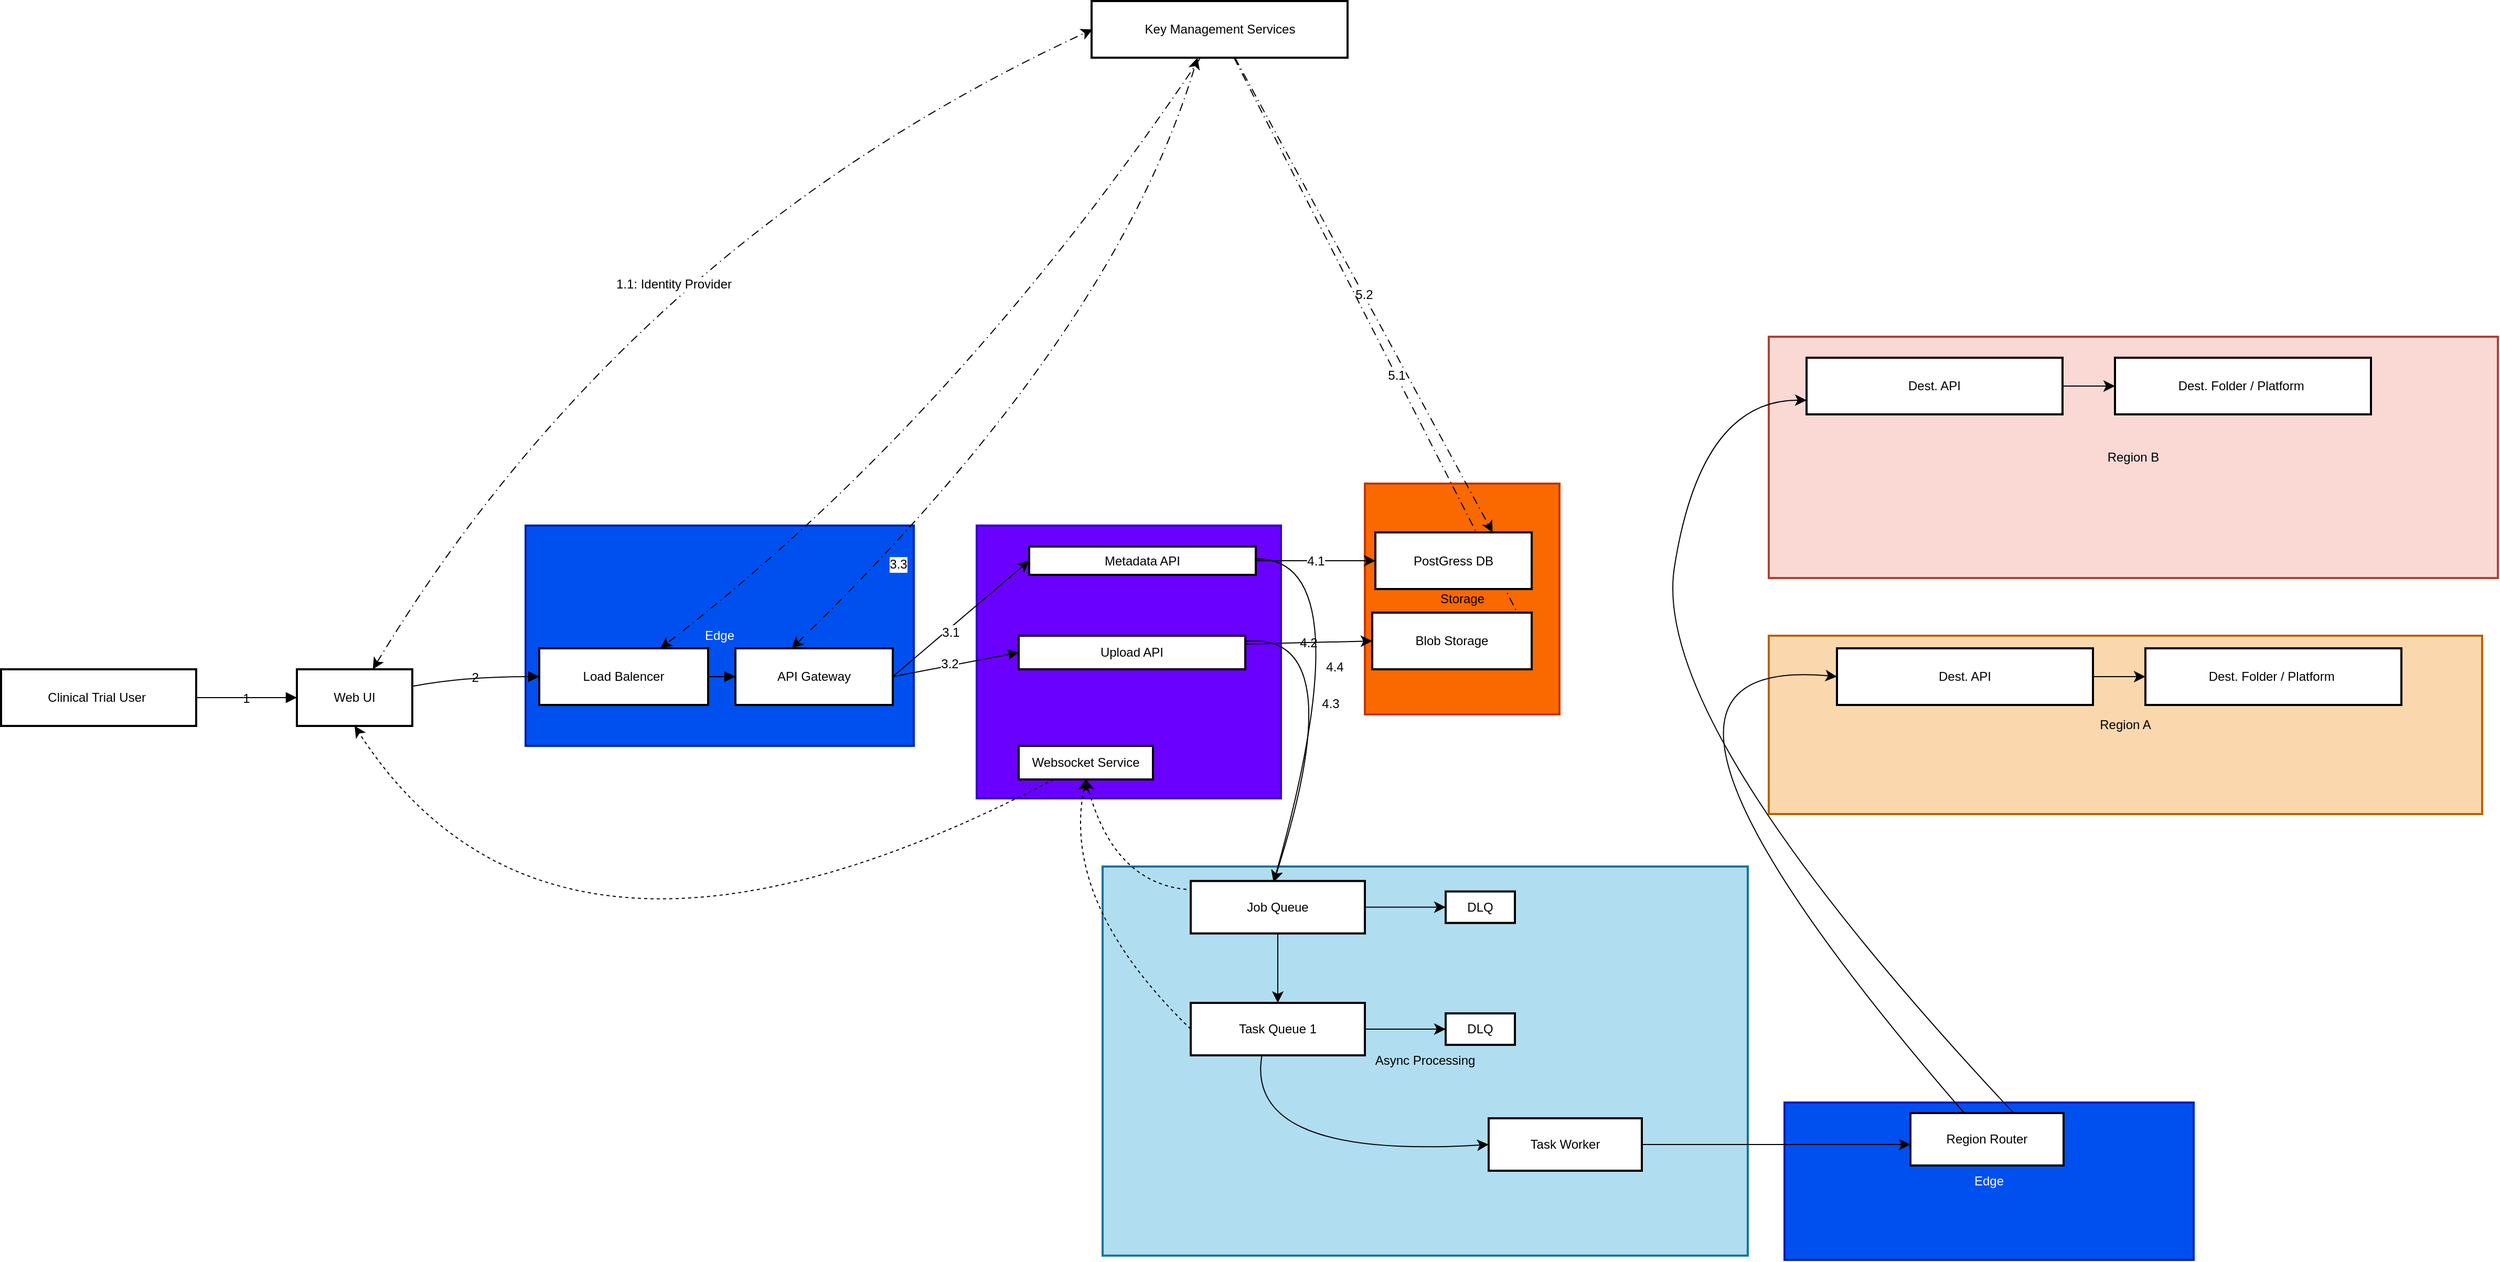
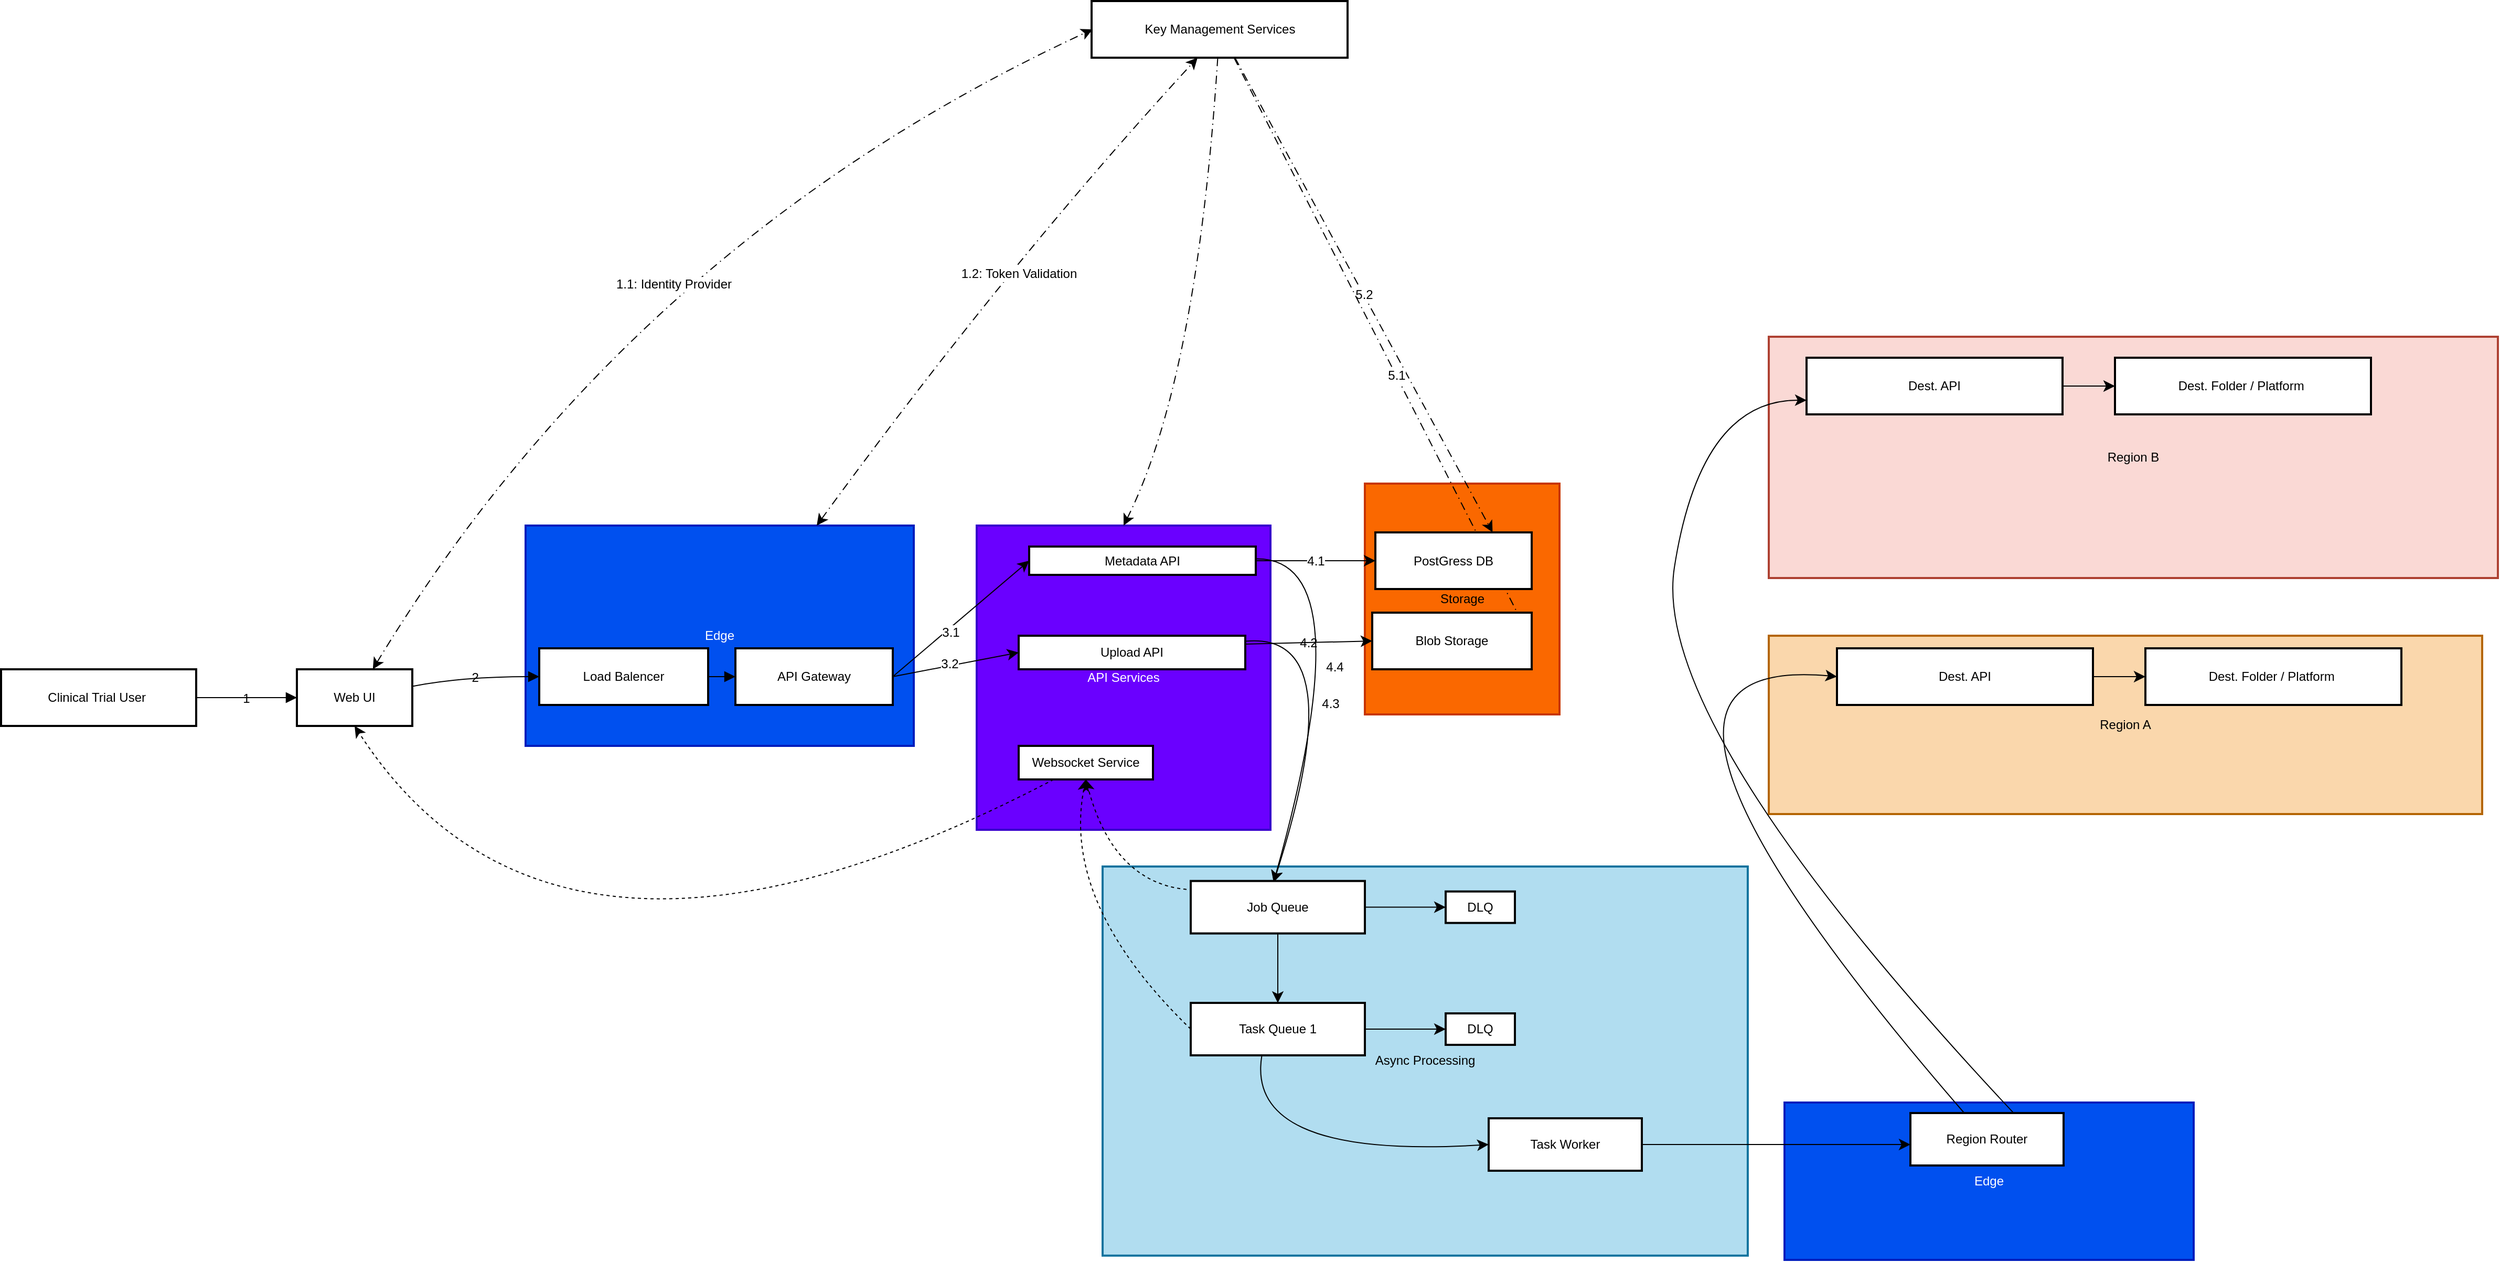
<mxfile host="app.diagrams.net">
  <diagram name="Overall-Diagram" id="Xauzskn0iYLa3f8TggF1">
-     <mxGraphModel dx="1364" dy="2029" grid="1" gridSize="10" guides="1" tooltips="1" connect="1" arrows="1" fold="1" page="1" pageScale="1" pageWidth="850" pageHeight="1100" background="none" math="0" shadow="0">
+     <mxGraphModel dx="839" dy="1672" grid="1" gridSize="10" guides="1" tooltips="1" connect="1" arrows="1" fold="1" page="1" pageScale="1" pageWidth="850" pageHeight="1100" background="none" math="0" shadow="0">
      <root>
        <mxCell id="0" />
        <mxCell id="1" parent="0" />
        <mxCell id="ZxT0anLmeUN1lRlBXtKW-56" parent="1" style="whiteSpace=wrap;strokeWidth=2;rounded=0;labelBackgroundColor=none;fillColor=#0050ef;fontColor=#ffffff;strokeColor=#001DBC;" value="Edge" vertex="1">
          <mxGeometry height="150" width="390" x="1800" y="590" as="geometry" />
        </mxCell>
        <mxCell id="tPvMw2njpGqdJi2HAjV1-28" parent="1" style="whiteSpace=wrap;strokeWidth=2;rounded=0;labelBackgroundColor=none;fillColor=#fad9d5;strokeColor=#ae4132;" value="Region B" vertex="1">
          <mxGeometry height="230" width="695" x="1785" y="-140" as="geometry" />
        </mxCell>
        <mxCell id="tPvMw2njpGqdJi2HAjV1-27" parent="1" style="whiteSpace=wrap;strokeWidth=2;rounded=0;labelBackgroundColor=none;fillColor=#fad7ac;strokeColor=#b46504;" value="Region A" vertex="1">
          <mxGeometry height="170" width="680" x="1785" y="145" as="geometry" />
        </mxCell>
        <mxCell id="LGeiLnGPZ_kJypGg9XhN-2" parent="1" style="whiteSpace=wrap;strokeWidth=2;rounded=0;labelBackgroundColor=none;fillColor=#b1ddf0;strokeColor=#10739e;aspect=fixed;" value="Async Processing" vertex="1">
          <mxGeometry height="370.92" width="614.97" x="1150" y="365" as="geometry" />
        </mxCell>
        <mxCell id="LGeiLnGPZ_kJypGg9XhN-4" parent="1" style="whiteSpace=wrap;strokeWidth=2;rounded=0;labelBackgroundColor=none;fillColor=#6a00ff;fontColor=#ffffff;strokeColor=#3700CC;" value="API Services" vertex="1">
-           <mxGeometry height="260" width="290" x="1030" y="40" as="geometry" />
+           <mxGeometry height="290" width="280" x="1030" y="40" as="geometry" />
        </mxCell>
        <mxCell id="LGeiLnGPZ_kJypGg9XhN-3" parent="1" style="whiteSpace=wrap;strokeWidth=2;rounded=0;labelBackgroundColor=none;fillColor=#fa6800;fontColor=#000000;strokeColor=#C73500;" value="Storage" vertex="1">
          <mxGeometry height="220" width="185.5" x="1400" as="geometry" />
        </mxCell>
        <mxCell id="LGeiLnGPZ_kJypGg9XhN-5" parent="1" style="whiteSpace=wrap;strokeWidth=2;rounded=0;labelBackgroundColor=none;fillColor=#0050ef;fontColor=#ffffff;strokeColor=#001DBC;" value="Edge" vertex="1">
          <mxGeometry height="210" width="370" x="600" y="40" as="geometry" />
        </mxCell>
        <mxCell id="LGeiLnGPZ_kJypGg9XhN-6" parent="1" style="whiteSpace=wrap;strokeWidth=2;rounded=0;labelBackgroundColor=none;" value="Clinical Trial User " vertex="1">
          <mxGeometry height="54" width="186" x="100" y="177" as="geometry" />
        </mxCell>
        <mxCell id="kZjGEyZ31KSyDfQOjVAd-4" edge="1" parent="1" style="edgeStyle=none;curved=1;rounded=0;orthogonalLoop=1;jettySize=auto;html=1;entryX=0;entryY=0.5;entryDx=0;entryDy=0;fontSize=12;startSize=8;endSize=8;dashed=1;dashPattern=8 4 1 4;startArrow=classic;startFill=1;" value="1.1: Identity Provider">
          <mxGeometry relative="1" x="0.0321" y="-53" as="geometry">
            <mxPoint as="offset" />
            <Array as="points">
              <mxPoint x="701" y="-230" />
            </Array>
            <mxPoint x="454.3617511520737" y="177" as="sourcePoint" />
            <mxPoint x="1140.5" y="-433" as="targetPoint" />
          </mxGeometry>
        </mxCell>
        <mxCell id="LGeiLnGPZ_kJypGg9XhN-7" parent="1" style="whiteSpace=wrap;strokeWidth=2;rounded=0;labelBackgroundColor=none;" value="Web UI" vertex="1">
          <mxGeometry height="54" width="110" x="382" y="177" as="geometry" />
        </mxCell>
        <mxCell id="LGeiLnGPZ_kJypGg9XhN-8" parent="1" style="whiteSpace=wrap;strokeWidth=2;rounded=0;labelBackgroundColor=none;" value="Load Balencer" vertex="1">
          <mxGeometry height="54" width="161" x="613" y="157" as="geometry" />
        </mxCell>
        <mxCell id="ijDLy2rUQYNMrnhEq9o_-15" edge="1" parent="1" source="LGeiLnGPZ_kJypGg9XhN-9" style="edgeStyle=none;curved=1;rounded=0;orthogonalLoop=1;jettySize=auto;html=1;fontSize=12;startSize=8;endSize=8;entryX=0;entryY=0.5;entryDx=0;entryDy=0;labelBackgroundColor=none;fontColor=default;exitX=1;exitY=0.5;exitDx=0;exitDy=0;" target="LGeiLnGPZ_kJypGg9XhN-10">
          <mxGeometry relative="1" as="geometry">
            <mxPoint x="1059.9999999999998" y="229.99999999999977" as="targetPoint" />
          </mxGeometry>
        </mxCell>
        <mxCell id="kZjGEyZ31KSyDfQOjVAd-1" connectable="0" parent="ijDLy2rUQYNMrnhEq9o_-15" style="edgeLabel;html=1;align=center;verticalAlign=middle;resizable=0;points=[];fontSize=12;" value="3.1" vertex="1">
          <mxGeometry relative="1" x="-0.1984" y="-3" as="geometry">
            <mxPoint x="1" as="offset" />
          </mxGeometry>
        </mxCell>
        <mxCell id="ijDLy2rUQYNMrnhEq9o_-17" edge="1" parent="1" source="LGeiLnGPZ_kJypGg9XhN-9" style="edgeStyle=none;curved=1;rounded=0;orthogonalLoop=1;jettySize=auto;html=1;entryX=0;entryY=0.5;entryDx=0;entryDy=0;fontSize=12;startSize=8;endSize=8;exitX=1;exitY=0.5;exitDx=0;exitDy=0;" target="LGeiLnGPZ_kJypGg9XhN-11">
          <mxGeometry relative="1" as="geometry">
            <mxPoint x="960" y="190" as="sourcePoint" />
          </mxGeometry>
        </mxCell>
        <mxCell id="kZjGEyZ31KSyDfQOjVAd-2" connectable="0" parent="ijDLy2rUQYNMrnhEq9o_-17" style="edgeLabel;html=1;align=center;verticalAlign=middle;resizable=0;points=[];fontSize=12;" value="3.2" vertex="1">
          <mxGeometry relative="1" x="-0.0885" y="2" as="geometry">
            <mxPoint as="offset" />
          </mxGeometry>
        </mxCell>
-         <mxCell id="tPvMw2njpGqdJi2HAjV1-17" edge="1" parent="1" style="edgeStyle=none;curved=1;rounded=0;orthogonalLoop=1;jettySize=auto;html=1;entryX=0.5;entryY=1;entryDx=0;entryDy=0;fontSize=12;startSize=8;endSize=8;dashed=1;dashPattern=8 4 1 4;startArrow=classic;startFill=1;" value="3.3">
-           <mxGeometry relative="1" x="-0.6344" y="-13" as="geometry">
-             <mxPoint as="offset" />
-             <Array as="points">
-               <mxPoint x="1160" y="-140" />
+         <mxCell id="tPvMw2njpGqdJi2HAjV1-17" edge="1" parent="1" source="LGeiLnGPZ_kJypGg9XhN-5" style="edgeStyle=none;curved=1;rounded=0;orthogonalLoop=1;jettySize=auto;html=1;entryX=0.5;entryY=1;entryDx=0;entryDy=0;fontSize=12;startSize=8;endSize=8;dashed=1;dashPattern=8 4 1 4;startArrow=classic;startFill=1;exitX=0.75;exitY=0;exitDx=0;exitDy=0;" value="1.2: Token Validation">
+           <mxGeometry relative="1" x="0.0672" y="-14" as="geometry">
+             <mxPoint as="offset" />
+             <Array as="points">
+               <mxPoint x="1060" y="-210" />
            </Array>
            <mxPoint x="853.7118320610687" y="157" as="sourcePoint" />
            <mxPoint x="1240.5" y="-406" as="targetPoint" />
          </mxGeometry>
        </mxCell>
        <mxCell id="LGeiLnGPZ_kJypGg9XhN-9" parent="1" style="whiteSpace=wrap;strokeWidth=2;rounded=0;labelBackgroundColor=none;" value="API Gateway" vertex="1">
          <mxGeometry height="54" width="150" x="800" y="157" as="geometry" />
        </mxCell>
        <mxCell id="ijDLy2rUQYNMrnhEq9o_-19" edge="1" parent="1" source="LGeiLnGPZ_kJypGg9XhN-10" style="edgeStyle=none;curved=1;rounded=0;orthogonalLoop=1;jettySize=auto;html=1;entryX=0;entryY=0.5;entryDx=0;entryDy=0;fontSize=12;startSize=8;endSize=8;exitX=1;exitY=0.5;exitDx=0;exitDy=0;" target="LGeiLnGPZ_kJypGg9XhN-12" value="4.1">
          <mxGeometry relative="1" as="geometry" />
        </mxCell>
        <mxCell id="ZxT0anLmeUN1lRlBXtKW-1" edge="1" parent="1" source="LGeiLnGPZ_kJypGg9XhN-10" style="edgeStyle=none;curved=1;rounded=0;orthogonalLoop=1;jettySize=auto;html=1;entryX=0.5;entryY=0;entryDx=0;entryDy=0;fontSize=12;startSize=8;endSize=8;" value="4.4">
          <mxGeometry relative="1" as="geometry">
            <Array as="points">
              <mxPoint x="1400" y="70" />
            </Array>
            <mxPoint x="1313" y="380" as="targetPoint" />
          </mxGeometry>
        </mxCell>
        <mxCell id="LGeiLnGPZ_kJypGg9XhN-10" parent="1" style="whiteSpace=wrap;strokeWidth=2;rounded=0;labelBackgroundColor=none;" value="Metadata API" vertex="1">
          <mxGeometry height="27" width="216" x="1080" y="60" as="geometry" />
        </mxCell>
        <mxCell id="ijDLy2rUQYNMrnhEq9o_-12" edge="1" parent="1" source="LGeiLnGPZ_kJypGg9XhN-11" style="edgeStyle=none;curved=1;rounded=0;orthogonalLoop=1;jettySize=auto;html=1;entryX=0;entryY=0.5;entryDx=0;entryDy=0;fontSize=12;startSize=8;endSize=8;exitX=1;exitY=0.25;exitDx=0;exitDy=0;labelBackgroundColor=none;fontColor=default;" target="LGeiLnGPZ_kJypGg9XhN-13" value="4.2">
          <mxGeometry relative="1" as="geometry" />
        </mxCell>
        <mxCell id="ZxT0anLmeUN1lRlBXtKW-2" edge="1" parent="1" source="LGeiLnGPZ_kJypGg9XhN-11" style="edgeStyle=none;curved=1;rounded=0;orthogonalLoop=1;jettySize=auto;html=1;entryX=0.5;entryY=0;entryDx=0;entryDy=0;fontSize=12;startSize=8;endSize=8;" value="4.3">
          <mxGeometry relative="1" as="geometry">
            <Array as="points">
              <mxPoint x="1390" y="140" />
            </Array>
            <mxPoint x="1313" y="380" as="targetPoint" />
          </mxGeometry>
        </mxCell>
        <mxCell id="LGeiLnGPZ_kJypGg9XhN-11" parent="1" style="whiteSpace=wrap;strokeWidth=2;rounded=0;labelBackgroundColor=none;" value="Upload API" vertex="1">
          <mxGeometry height="32" width="216" x="1070" y="145" as="geometry" />
        </mxCell>
        <mxCell id="tPvMw2njpGqdJi2HAjV1-2" edge="1" parent="1" style="edgeStyle=none;curved=1;rounded=0;orthogonalLoop=1;jettySize=auto;html=1;fontSize=12;startSize=8;endSize=8;entryX=0.5;entryY=1;entryDx=0;entryDy=0;dashed=1;" target="LGeiLnGPZ_kJypGg9XhN-18">
          <mxGeometry relative="1" as="geometry">
            <Array as="points">
              <mxPoint x="1160" y="380" />
            </Array>
            <mxPoint x="1230" y="386.8627450980389" as="sourcePoint" />
            <mxPoint x="1150" y="490" as="targetPoint" />
          </mxGeometry>
        </mxCell>
        <mxCell id="tPvMw2njpGqdJi2HAjV1-30" edge="1" parent="1" source="ZxT0anLmeUN1lRlBXtKW-4" style="edgeStyle=none;curved=1;rounded=0;orthogonalLoop=1;jettySize=auto;html=1;entryX=0.5;entryY=1;entryDx=0;entryDy=0;fontSize=12;startSize=8;endSize=8;dashed=1;exitX=0;exitY=0.5;exitDx=0;exitDy=0;" target="LGeiLnGPZ_kJypGg9XhN-18">
          <mxGeometry relative="1" as="geometry">
            <Array as="points">
              <mxPoint x="1110" y="400" />
            </Array>
            <mxPoint x="1274.6623376623374" y="462" as="sourcePoint" />
          </mxGeometry>
        </mxCell>
        <mxCell id="tPvMw2njpGqdJi2HAjV1-18" edge="1" parent="1" source="LGeiLnGPZ_kJypGg9XhN-20" style="edgeStyle=none;curved=1;rounded=0;orthogonalLoop=1;jettySize=auto;html=1;entryX=0.75;entryY=0;entryDx=0;entryDy=0;fontSize=12;startSize=8;endSize=8;dashed=1;dashPattern=8 4 1 4;" target="LGeiLnGPZ_kJypGg9XhN-12" value="5.2">
          <mxGeometry relative="1" as="geometry" />
        </mxCell>
        <mxCell id="tPvMw2njpGqdJi2HAjV1-19" edge="1" parent="1" source="LGeiLnGPZ_kJypGg9XhN-20" style="edgeStyle=none;curved=1;rounded=0;orthogonalLoop=1;jettySize=auto;html=1;entryX=1;entryY=0.5;entryDx=0;entryDy=0;fontSize=12;startSize=8;endSize=8;dashed=1;dashPattern=8 4 1 4;" target="LGeiLnGPZ_kJypGg9XhN-13">
          <mxGeometry relative="1" as="geometry" />
        </mxCell>
        <mxCell id="kZjGEyZ31KSyDfQOjVAd-3" connectable="0" parent="tPvMw2njpGqdJi2HAjV1-19" style="edgeLabel;html=1;align=center;verticalAlign=middle;resizable=0;points=[];fontSize=12;" value="5.1" vertex="1">
          <mxGeometry relative="1" x="0.0872" as="geometry">
            <mxPoint as="offset" />
          </mxGeometry>
        </mxCell>
-         <mxCell id="kZjGEyZ31KSyDfQOjVAd-5" edge="1" parent="1" source="LGeiLnGPZ_kJypGg9XhN-20" style="edgeStyle=none;curved=1;rounded=0;orthogonalLoop=1;jettySize=auto;html=1;fontSize=12;startSize=8;endSize=8;dashed=1;dashPattern=8 4 1 4;" target="LGeiLnGPZ_kJypGg9XhN-8">
-           <mxGeometry relative="1" as="geometry">
-             <Array as="points">
-               <mxPoint x="1010" y="-60" />
-             </Array>
+         <mxCell id="kZjGEyZ31KSyDfQOjVAd-5" edge="1" parent="1" source="LGeiLnGPZ_kJypGg9XhN-20" style="edgeStyle=none;curved=1;rounded=0;orthogonalLoop=1;jettySize=auto;html=1;fontSize=12;startSize=8;endSize=8;dashed=1;dashPattern=8 4 1 4;entryX=0.5;entryY=0;entryDx=0;entryDy=0;" target="LGeiLnGPZ_kJypGg9XhN-4">
+           <mxGeometry relative="1" as="geometry">
+             <Array as="points">
+               <mxPoint x="1240" y="-100" />
+             </Array>
+             <mxPoint x="1160" y="20" as="targetPoint" />
          </mxGeometry>
        </mxCell>
        <mxCell id="LGeiLnGPZ_kJypGg9XhN-20" parent="1" style="whiteSpace=wrap;strokeWidth=2;rounded=0;labelBackgroundColor=none;" value="Key Management Services" vertex="1">
          <mxGeometry height="54" width="244" x="1139.5" y="-460" as="geometry" />
        </mxCell>
        <mxCell id="LGeiLnGPZ_kJypGg9XhN-23" edge="1" parent="1" source="LGeiLnGPZ_kJypGg9XhN-6" style="curved=1;startArrow=none;endArrow=block;exitX=1;exitY=0.5;entryX=0;entryY=0.5;rounded=0;fontSize=12;startSize=8;endSize=8;labelBackgroundColor=none;fontColor=default;" target="LGeiLnGPZ_kJypGg9XhN-7" value="1">
          <mxGeometry relative="1" as="geometry">
            <Array as="points" />
          </mxGeometry>
        </mxCell>
        <mxCell id="LGeiLnGPZ_kJypGg9XhN-24" edge="1" parent="1" source="LGeiLnGPZ_kJypGg9XhN-7" style="curved=1;startArrow=none;endArrow=block;exitX=1;exitY=0.3;entryX=0;entryY=0.5;rounded=0;fontSize=12;startSize=8;endSize=8;labelBackgroundColor=none;fontColor=default;" target="LGeiLnGPZ_kJypGg9XhN-8" value="2">
          <mxGeometry relative="1" as="geometry">
            <Array as="points">
              <mxPoint x="540" y="184" />
            </Array>
          </mxGeometry>
        </mxCell>
        <mxCell id="LGeiLnGPZ_kJypGg9XhN-35" edge="1" parent="1" source="LGeiLnGPZ_kJypGg9XhN-8" style="curved=1;startArrow=none;endArrow=block;exitX=1;exitY=0.5;entryX=0;entryY=0.5;rounded=0;fontSize=12;startSize=8;endSize=8;labelBackgroundColor=none;fontColor=default;" target="LGeiLnGPZ_kJypGg9XhN-9" value="">
          <mxGeometry relative="1" as="geometry">
            <Array as="points" />
          </mxGeometry>
        </mxCell>
        <mxCell id="tPvMw2njpGqdJi2HAjV1-29" edge="1" parent="1" source="LGeiLnGPZ_kJypGg9XhN-18" style="edgeStyle=none;curved=1;rounded=0;orthogonalLoop=1;jettySize=auto;html=1;entryX=0.5;entryY=1;entryDx=0;entryDy=0;fontSize=12;startSize=8;endSize=8;dashed=1;" target="LGeiLnGPZ_kJypGg9XhN-7">
          <mxGeometry relative="1" as="geometry">
            <Array as="points">
              <mxPoint x="630" y="530" />
            </Array>
          </mxGeometry>
        </mxCell>
        <mxCell id="LGeiLnGPZ_kJypGg9XhN-18" parent="1" style="whiteSpace=wrap;strokeWidth=2;rounded=0;labelBackgroundColor=none;" value="Websocket Service" vertex="1">
          <mxGeometry height="32" width="128" x="1070" y="250" as="geometry" />
        </mxCell>
        <mxCell id="LGeiLnGPZ_kJypGg9XhN-13" parent="1" style="whiteSpace=wrap;strokeWidth=2;rounded=0;labelBackgroundColor=none;" value="Blob Storage" vertex="1">
          <mxGeometry height="54" width="152" x="1407" y="123" as="geometry" />
        </mxCell>
        <mxCell id="LGeiLnGPZ_kJypGg9XhN-12" parent="1" style="whiteSpace=wrap;strokeWidth=2;rounded=0;labelBackgroundColor=none;" value="PostGress DB" vertex="1">
          <mxGeometry height="54" width="149" x="1410" y="46.5" as="geometry" />
        </mxCell>
        <mxCell id="tPvMw2njpGqdJi2HAjV1-12" edge="1" parent="1" source="tPvMw2njpGqdJi2HAjV1-6" style="edgeStyle=none;curved=1;rounded=0;orthogonalLoop=1;jettySize=auto;html=1;entryX=0;entryY=0.5;entryDx=0;entryDy=0;fontSize=12;startSize=8;endSize=8;" target="tPvMw2njpGqdJi2HAjV1-8">
          <mxGeometry relative="1" as="geometry">
            <Array as="points">
              <mxPoint x="1590" y="160" />
            </Array>
          </mxGeometry>
        </mxCell>
        <mxCell id="tPvMw2njpGqdJi2HAjV1-13" edge="1" parent="1" source="tPvMw2njpGqdJi2HAjV1-6" style="edgeStyle=none;curved=1;rounded=0;orthogonalLoop=1;jettySize=auto;html=1;entryX=0;entryY=0.75;entryDx=0;entryDy=0;fontSize=12;startSize=8;endSize=8;exitX=1;exitY=1;exitDx=0;exitDy=0;" target="tPvMw2njpGqdJi2HAjV1-10">
          <mxGeometry relative="1" as="geometry">
            <Array as="points">
              <mxPoint x="1670" y="240" />
              <mxPoint x="1720" y="-80" />
            </Array>
            <mxPoint x="2070" y="660" as="sourcePoint" />
          </mxGeometry>
        </mxCell>
        <mxCell id="tPvMw2njpGqdJi2HAjV1-6" parent="1" style="whiteSpace=wrap;strokeWidth=2;rounded=0;labelBackgroundColor=none;" value="Region Router" vertex="1">
          <mxGeometry height="50" width="146" x="1920" y="600" as="geometry" />
        </mxCell>
        <mxCell id="tPvMw2njpGqdJi2HAjV1-7" parent="1" style="whiteSpace=wrap;strokeWidth=2;rounded=0;labelBackgroundColor=none;" value="Dest. Folder / Platform " vertex="1">
          <mxGeometry height="54" width="244" x="2144" y="157" as="geometry" />
        </mxCell>
        <mxCell id="tPvMw2njpGqdJi2HAjV1-15" edge="1" parent="1" source="tPvMw2njpGqdJi2HAjV1-8" style="edgeStyle=none;curved=1;rounded=0;orthogonalLoop=1;jettySize=auto;html=1;fontSize=12;startSize=8;endSize=8;" target="tPvMw2njpGqdJi2HAjV1-7" value="">
          <mxGeometry relative="1" as="geometry" />
        </mxCell>
        <mxCell id="tPvMw2njpGqdJi2HAjV1-8" parent="1" style="whiteSpace=wrap;strokeWidth=2;rounded=0;labelBackgroundColor=none;" value="Dest. API" vertex="1">
          <mxGeometry height="54" width="244" x="1850" y="157" as="geometry" />
        </mxCell>
        <mxCell id="tPvMw2njpGqdJi2HAjV1-9" parent="1" style="whiteSpace=wrap;strokeWidth=2;rounded=0;labelBackgroundColor=none;" value="Dest. Folder / Platform " vertex="1">
          <mxGeometry height="54" width="244" x="2115" y="-120" as="geometry" />
        </mxCell>
        <mxCell id="tPvMw2njpGqdJi2HAjV1-16" edge="1" parent="1" source="tPvMw2njpGqdJi2HAjV1-10" style="edgeStyle=none;curved=1;rounded=0;orthogonalLoop=1;jettySize=auto;html=1;fontSize=12;startSize=8;endSize=8;" target="tPvMw2njpGqdJi2HAjV1-9" value="">
          <mxGeometry relative="1" as="geometry" />
        </mxCell>
        <mxCell id="tPvMw2njpGqdJi2HAjV1-10" parent="1" style="whiteSpace=wrap;strokeWidth=2;rounded=0;labelBackgroundColor=none;" value="Dest. API" vertex="1">
          <mxGeometry height="54" width="244" x="1821" y="-120" as="geometry" />
        </mxCell>
        <mxCell id="ZxT0anLmeUN1lRlBXtKW-5" edge="1" parent="1" source="ZxT0anLmeUN1lRlBXtKW-3" style="edgeStyle=none;curved=1;rounded=0;orthogonalLoop=1;jettySize=auto;html=1;fontSize=12;startSize=8;endSize=8;" target="ZxT0anLmeUN1lRlBXtKW-4" value="">
          <mxGeometry relative="1" as="geometry" />
        </mxCell>
        <mxCell id="ZxT0anLmeUN1lRlBXtKW-52" edge="1" parent="1" source="ZxT0anLmeUN1lRlBXtKW-3" style="edgeStyle=none;curved=1;rounded=0;orthogonalLoop=1;jettySize=auto;html=1;fontSize=12;startSize=8;endSize=8;" target="ZxT0anLmeUN1lRlBXtKW-9" value="">
          <mxGeometry relative="1" as="geometry" />
        </mxCell>
        <mxCell id="ZxT0anLmeUN1lRlBXtKW-3" parent="1" style="whiteSpace=wrap;strokeWidth=2;rounded=0;labelBackgroundColor=none;" value="Job Queue" vertex="1">
          <mxGeometry height="50" width="166" x="1234" y="378.79999999999995" as="geometry" />
        </mxCell>
        <mxCell id="ZxT0anLmeUN1lRlBXtKW-21" edge="1" parent="1" source="ZxT0anLmeUN1lRlBXtKW-4" style="edgeStyle=none;curved=1;rounded=0;orthogonalLoop=1;jettySize=auto;html=1;fontSize=12;startSize=8;endSize=8;" target="ZxT0anLmeUN1lRlBXtKW-11" value="">
          <mxGeometry relative="1" as="geometry" />
        </mxCell>
        <mxCell id="ZxT0anLmeUN1lRlBXtKW-54" edge="1" parent="1" source="ZxT0anLmeUN1lRlBXtKW-4" style="edgeStyle=none;curved=1;rounded=0;orthogonalLoop=1;jettySize=auto;html=1;entryX=0;entryY=0.5;entryDx=0;entryDy=0;fontSize=12;startSize=8;endSize=8;exitX=0.422;exitY=0.8;exitDx=0;exitDy=0;exitPerimeter=0;" target="ZxT0anLmeUN1lRlBXtKW-53">
          <mxGeometry relative="1" as="geometry">
            <Array as="points">
              <mxPoint x="1274" y="645" />
            </Array>
          </mxGeometry>
        </mxCell>
        <mxCell id="ZxT0anLmeUN1lRlBXtKW-4" parent="1" style="whiteSpace=wrap;strokeWidth=2;rounded=0;labelBackgroundColor=none;" value="Task Queue 1" vertex="1">
          <mxGeometry height="50" width="166" x="1234" y="495" as="geometry" />
        </mxCell>
        <mxCell id="ZxT0anLmeUN1lRlBXtKW-9" parent="1" style="whiteSpace=wrap;strokeWidth=2;rounded=0;labelBackgroundColor=none;" value="DLQ" vertex="1">
          <mxGeometry height="30" width="66" x="1477" y="388.79999999999995" as="geometry" />
        </mxCell>
        <mxCell id="ZxT0anLmeUN1lRlBXtKW-11" parent="1" style="whiteSpace=wrap;strokeWidth=2;rounded=0;labelBackgroundColor=none;" value="DLQ" vertex="1">
          <mxGeometry height="30" width="66" x="1477" y="505" as="geometry" />
        </mxCell>
        <mxCell id="ZxT0anLmeUN1lRlBXtKW-55" edge="1" parent="1" source="ZxT0anLmeUN1lRlBXtKW-53" style="edgeStyle=none;curved=1;rounded=0;orthogonalLoop=1;jettySize=auto;html=1;fontSize=12;startSize=8;endSize=8;">
          <mxGeometry relative="1" as="geometry">
            <mxPoint x="1920.0000000000005" y="630" as="targetPoint" />
          </mxGeometry>
        </mxCell>
        <mxCell id="ZxT0anLmeUN1lRlBXtKW-53" parent="1" style="whiteSpace=wrap;strokeWidth=2;rounded=0;labelBackgroundColor=none;" value="Task Worker" vertex="1">
          <mxGeometry height="50" width="146" x="1518" y="605" as="geometry" />
        </mxCell>
      </root>
    </mxGraphModel>
  </diagram>
</mxfile>
